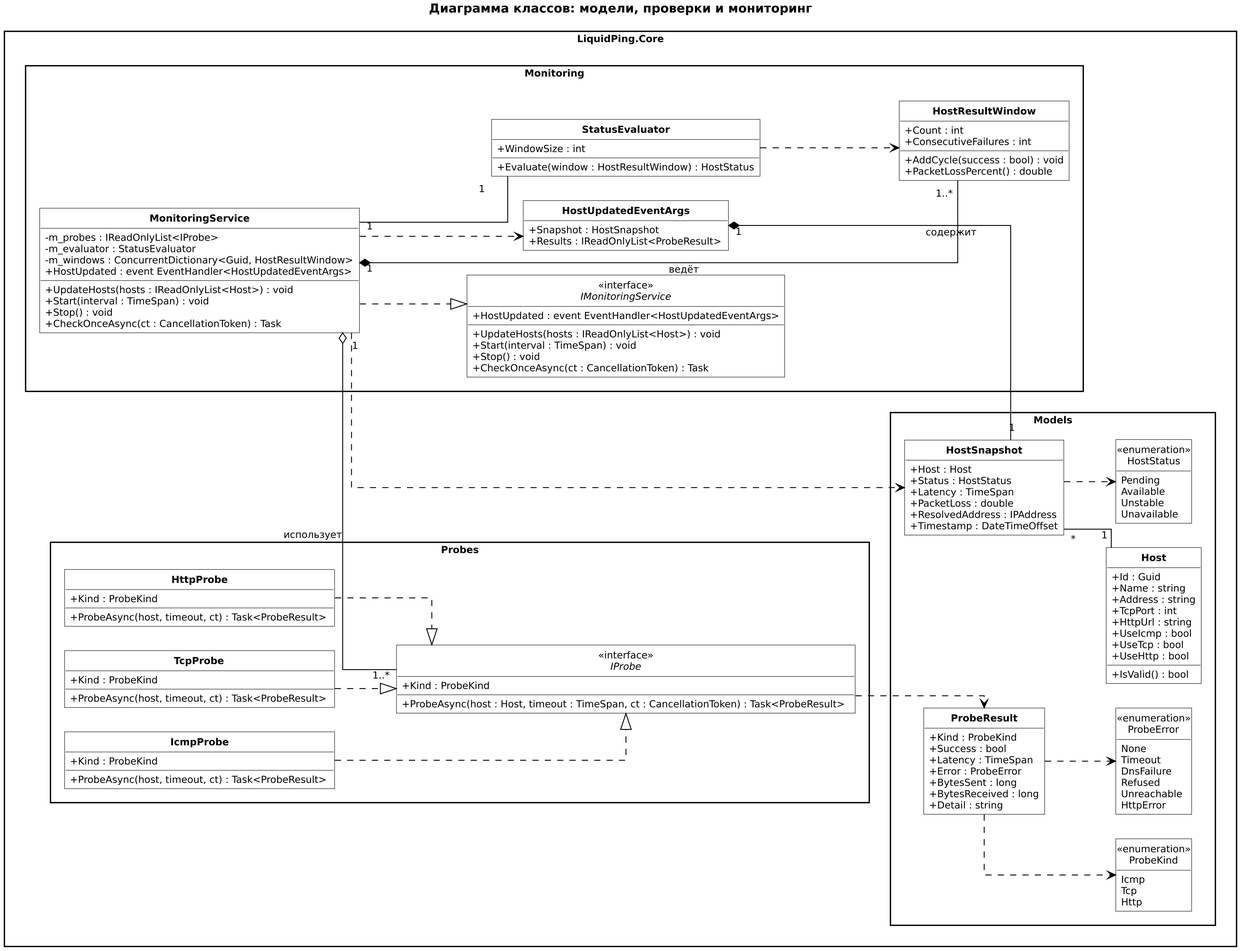
This is docs/uml/img/class-monitoring.png from Levandovskii/liquid-ping, a PlantUML export, as it was before one commit. Its source is kept beside it as docs/uml/src/class-monitoring.puml.
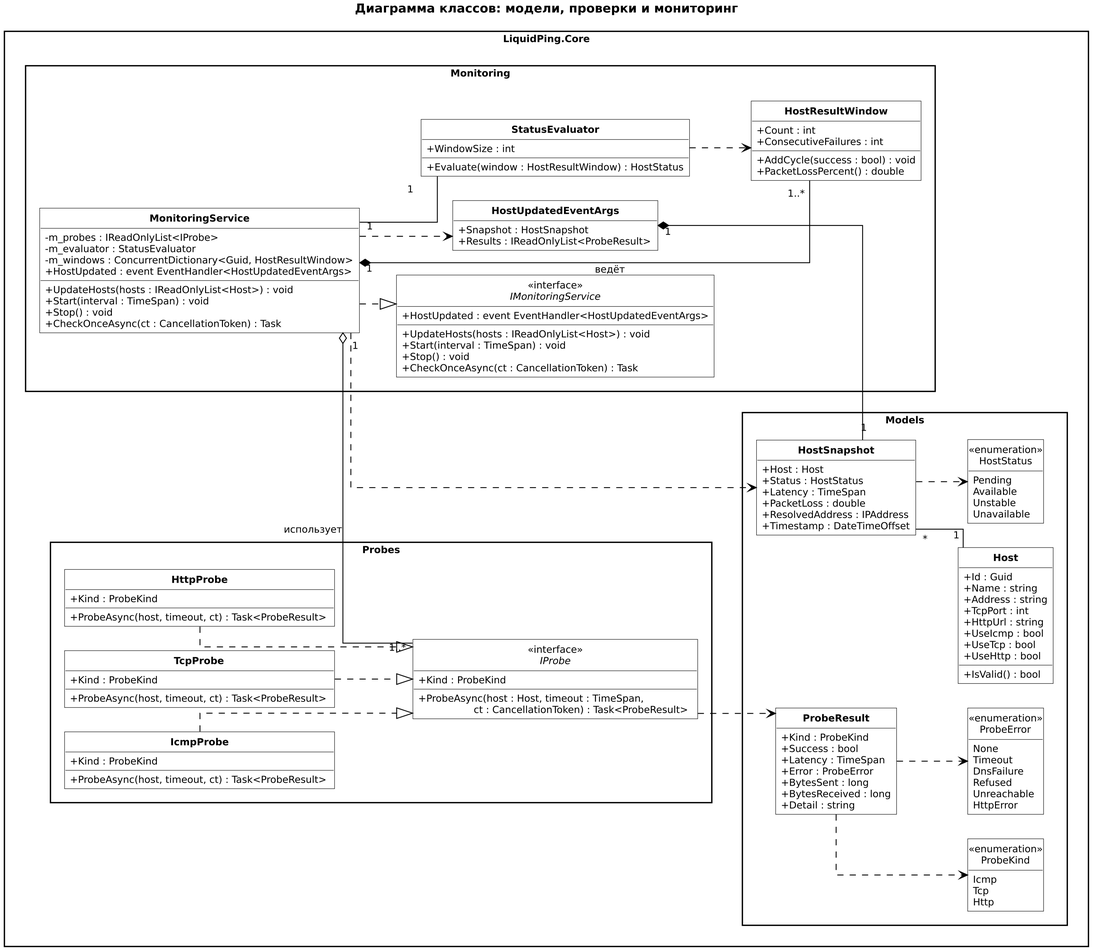
After the change.

What changed in the source:
```diff
@@ -84,7 +84,7 @@
   package "Probes" {
     interface "IProbe" as IProbe <<interface>> {
       +Kind : ProbeKind
-      +ProbeAsync(host : Host, timeout : TimeSpan, ct : CancellationToken) : Task<ProbeResult>
+      +ProbeAsync(host : Host, timeout : TimeSpan,\n                  ct : CancellationToken) : Task<ProbeResult>
     }
 
     class "**IcmpProbe**" as IcmpProbe {
@@ -152,7 +152,7 @@
 MonitoringService "1" *-- "1..*" HostResultWindow : ведёт
 MonitoringService ..> HostSnapshot
 MonitoringService ..> HostUpdatedEventArgs
-HostUpdatedEventArgs "1" *-- "1" HostSnapshot : содержит
+HostUpdatedEventArgs "1" *-- "1" HostSnapshot
 
 StatusEvaluator ..> HostResultWindow
 HostSnapshot "*" -- "1" Host
```
